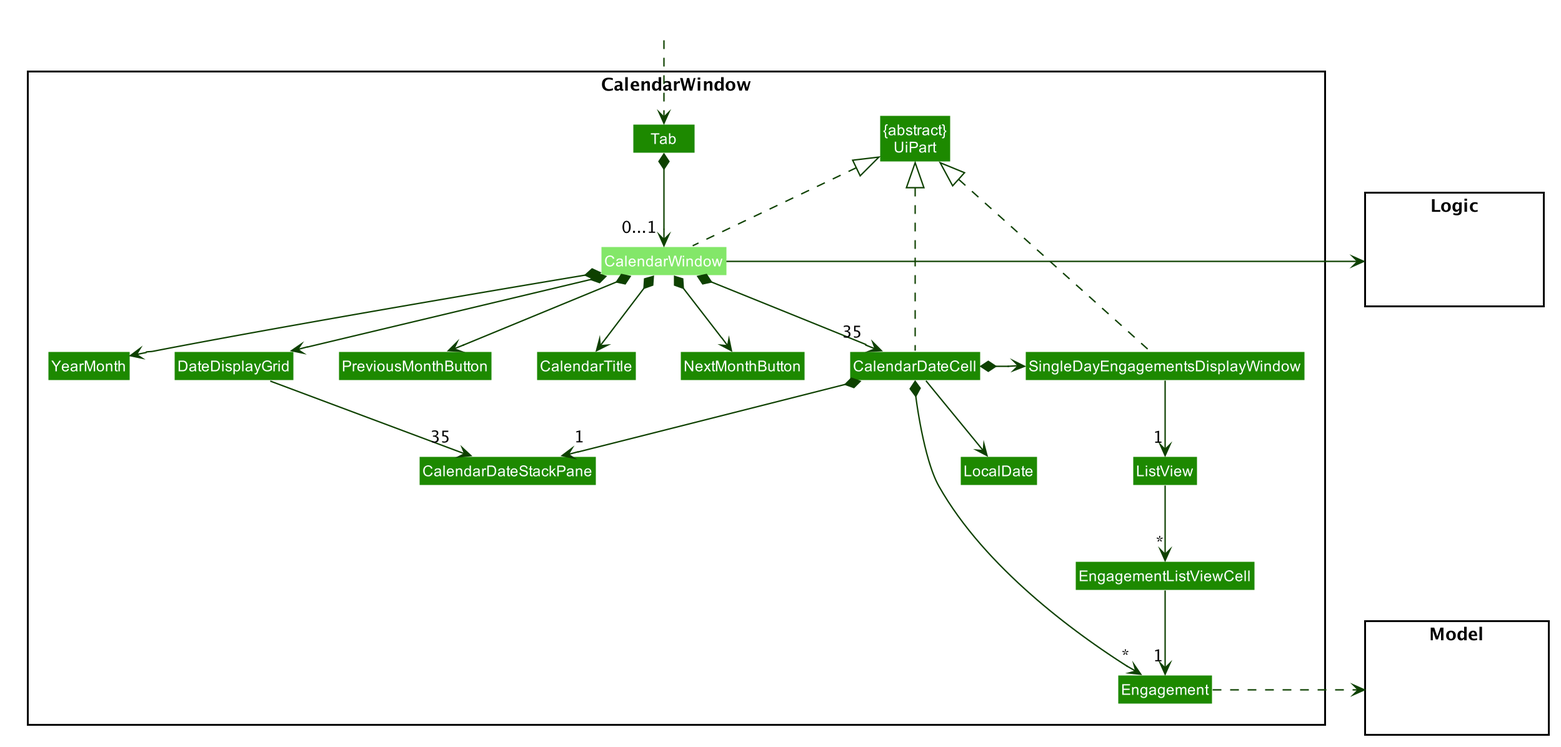
Before: docs/images/CalendarWindowClassDiagram.png, a diagram exported from PlantUML (nus-cs2103-AY1920S1/addressbook-level3).
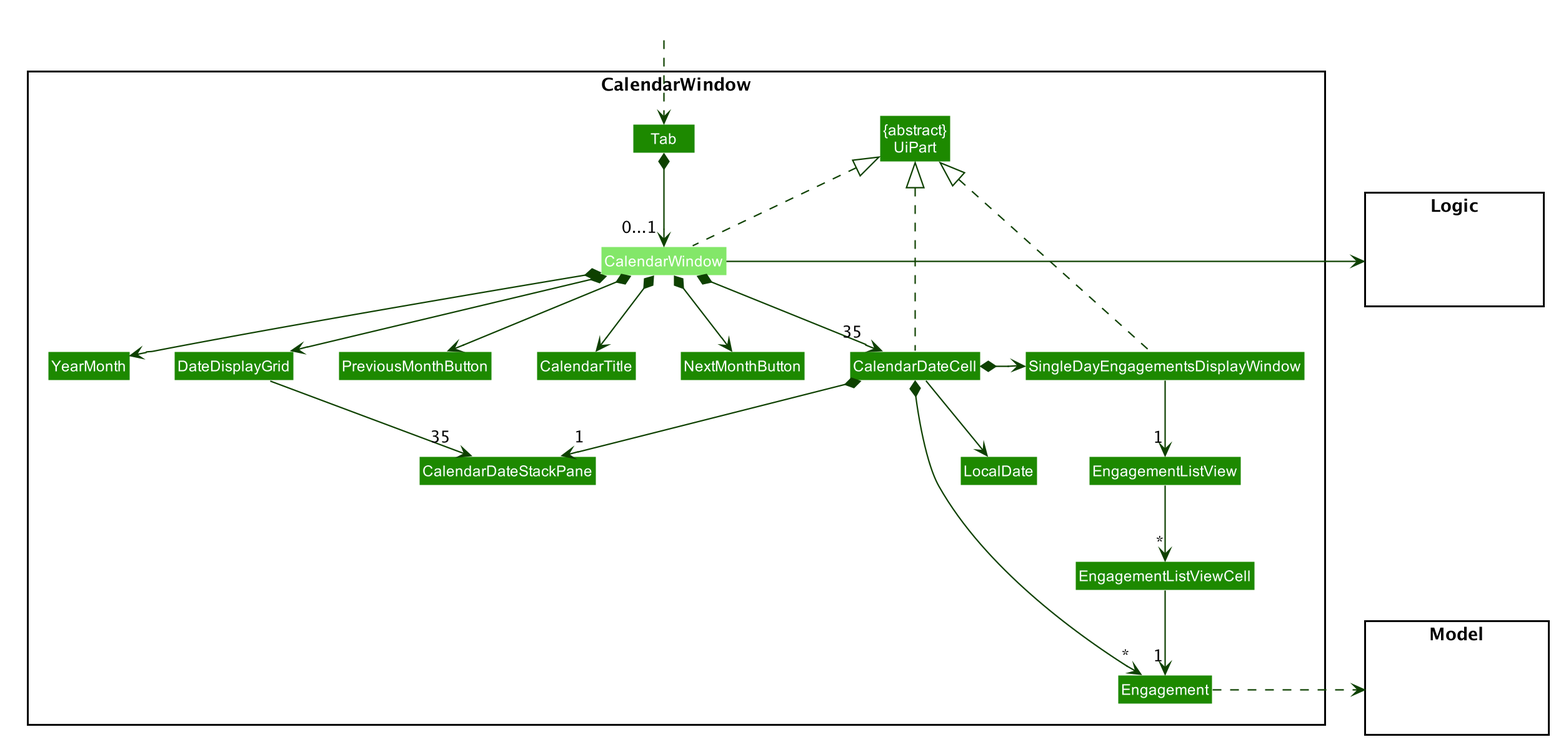
After the change.

Commit message:
Update calendar window portion of the developer guide

Diff of the diagram source:
```diff
@@ -60,7 +60,7 @@
 Class DateDisplayGrid
 Class CalendarDateStackPane
 Class SingleDayEngagementsDisplayWindow
-Class ListView
+Class EngagementListView
 Class EngagementListViewCell
 Class Engagement
 Class LocalDate
@@ -99,9 +99,9 @@
 CalendarDateCell -down-> LocalDate
 
 SingleDayEngagementsDisplayWindow .up.|> UiPart
-SingleDayEngagementsDisplayWindow -down-> "1" ListView
+SingleDayEngagementsDisplayWindow -down-> "1" EngagementListView
 
-ListView -down-> "*" EngagementListViewCell
+EngagementListView -down-> "*" EngagementListViewCell
 
 EngagementListViewCell -down-> "1" Engagement
 
```
